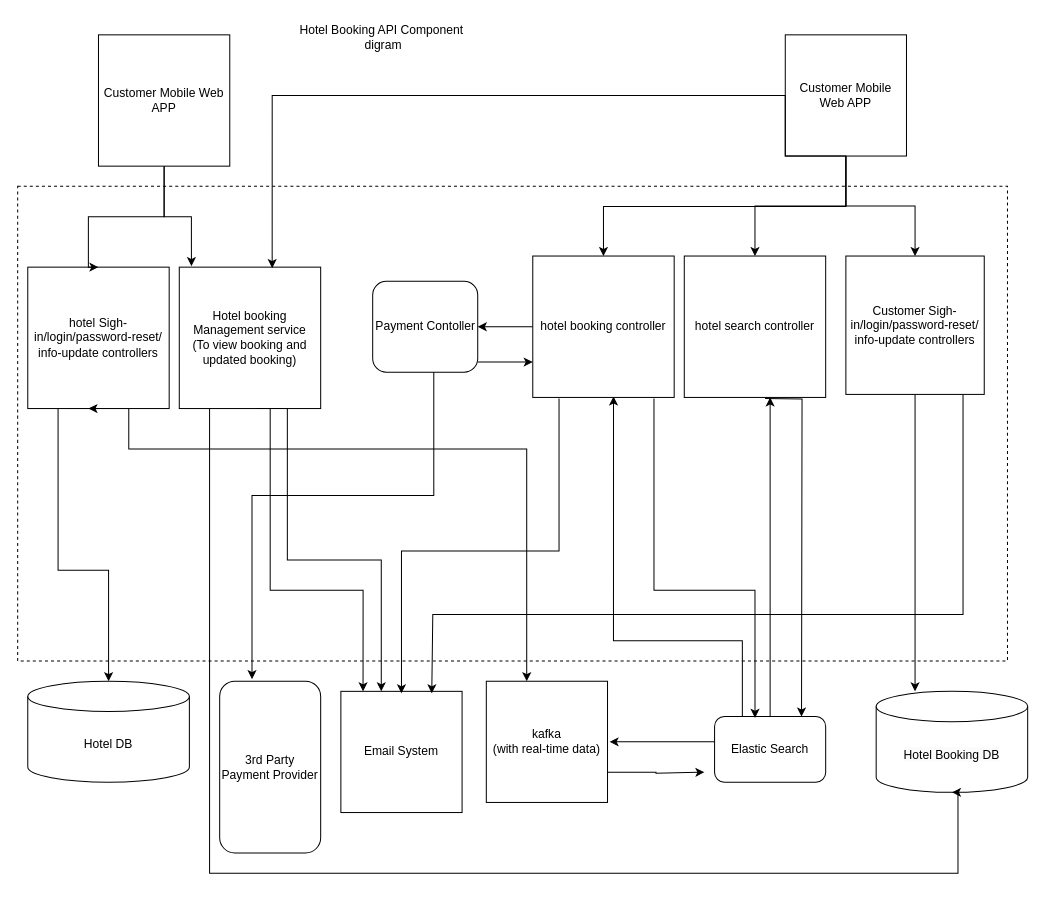
Above: Untitled Diagram.drawio in yassh88/ts (draw.io), before the change. Source tidied: cells renumbered, new cells numbered last; positions are measured from the earlier drawing's top-left corner, leaving out a move shared by most shapes. Both pictures are drawn from the tidied source at 101%, with x=0, y=0 at pixel (17, 17).
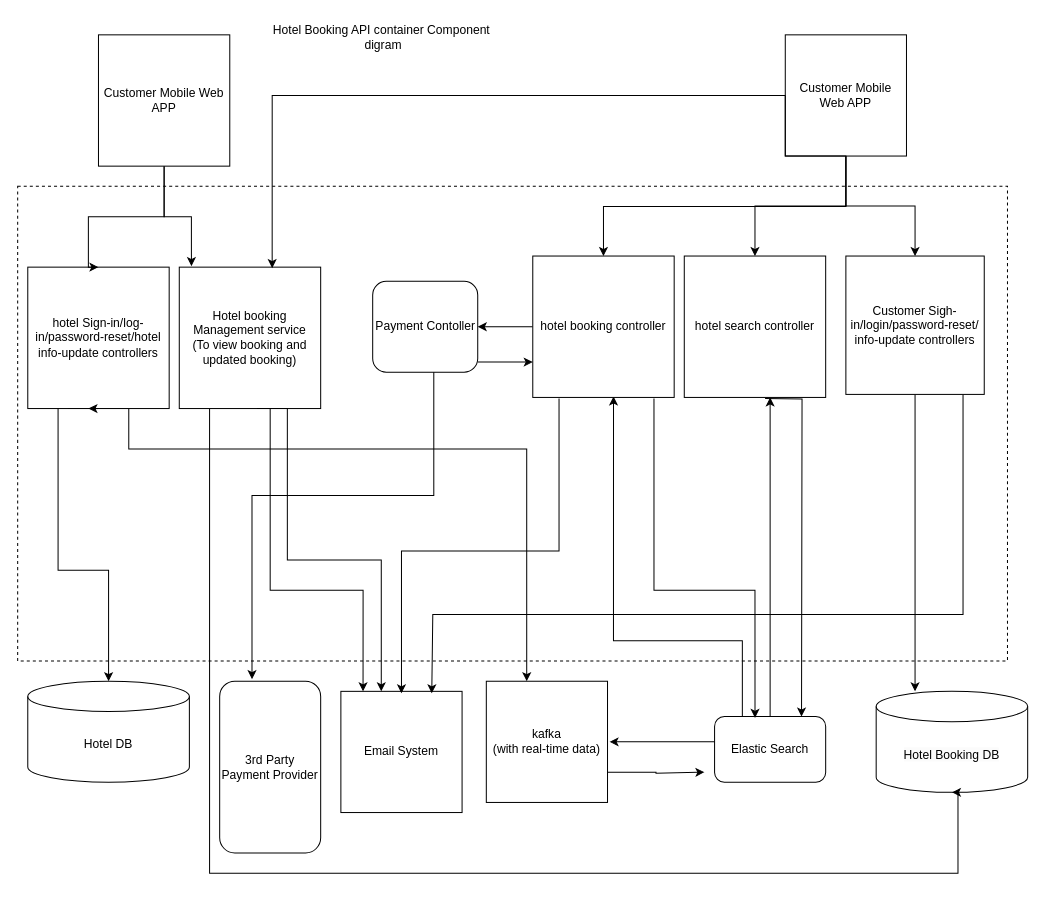
After the change.

Diff of the diagram source:
```diff
@@
-    <mxCell id="8" value="hotel Sigh-in/login/password-reset/ info-update controllers" style="whiteSpace=wrap;html=1;" parent="1" vertex="1">
+    <mxCell id="8" value="hotel Sign-in/log-in/password-reset/hotel info-update controllers" style="whiteSpace=wrap;html=1;" parent="1" vertex="1">
       <mxGeometry x="10" y="247" width="140" height="140" as="geometry" />
     </mxCell>
@@
-    <mxCell id="40" value="Hotel Booking API Component&lt;div&gt;&amp;nbsp;digram&lt;/div&gt;" style="text;html=1;align=center;verticalAlign=middle;strokeColor=none;fillColor=none;" parent="1" vertex="1">
-      <mxGeometry x="265" width="190" height="40" as="geometry" />
+    <mxCell id="40" value="Hotel Booking API container Component&lt;div&gt;&amp;nbsp;digram&lt;/div&gt;" style="text;html=1;align=center;verticalAlign=middle;strokeColor=none;fillColor=none;" parent="1" vertex="1">
+      <mxGeometry x="240" width="240" height="40" as="geometry" />
     </mxCell>
```
